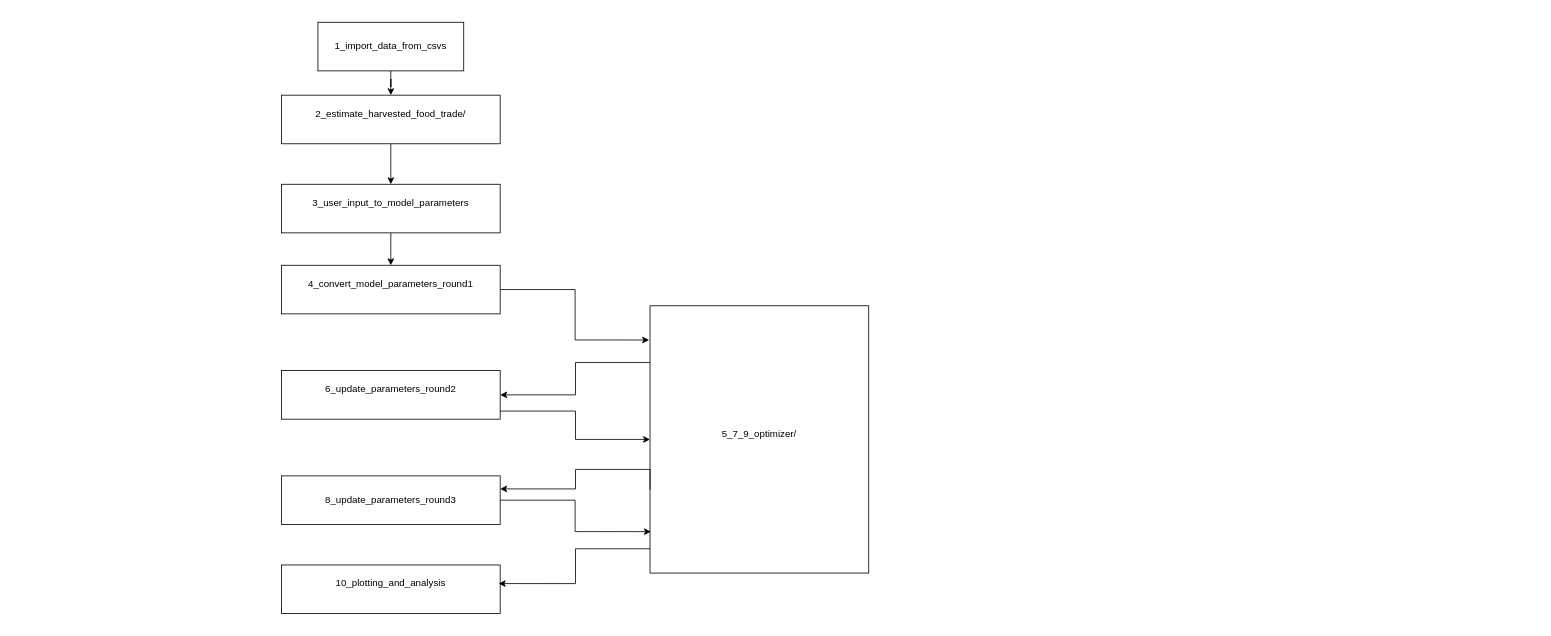
This is docs/repository_flowchart/Untitled Diagram.drawio from allfed/allfed-integrated-model, a draw.io file, before an edit. Source tidied: cells renumbered, new cells numbered last; positions are measured from the earlier drawing's top-left corner, leaving out a move shared by most shapes. Both pictures are drawn from the tidied source at 81%, with x=0, y=0 at pixel (281, 22).
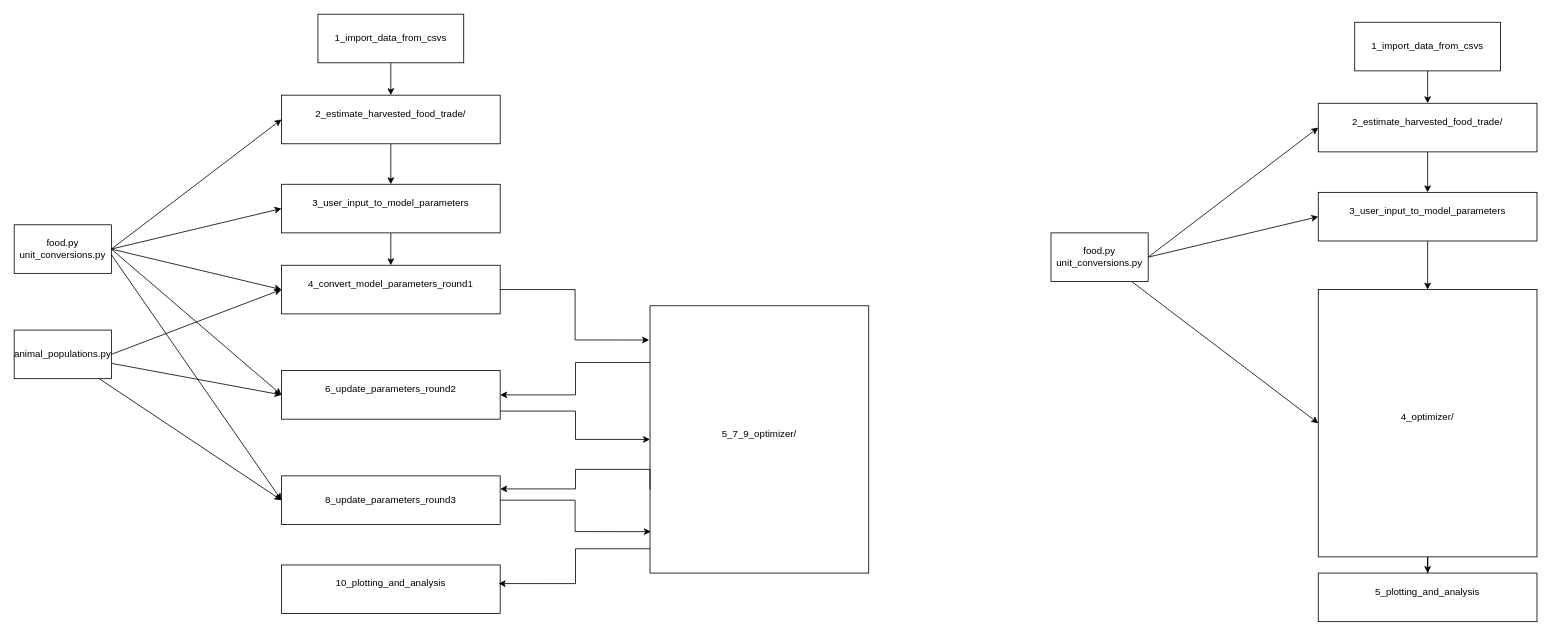
The same diagram, later.

Unchanged cells that the change refers to:
```xml
<mxCell id="5" value="2_estimate_harvested_food_trade/&lt;div&gt;&lt;br/&gt;&lt;/div&gt;" style="whiteSpace=wrap;html=1;" parent="1" vertex="1">
  <mxGeometry y="90" width="270" height="60" as="geometry" />
</mxCell>
<mxCell id="7" value="3_user_input_to_model_parameters&lt;br&gt;&lt;div&gt;&lt;br&gt;&lt;/div&gt;" style="whiteSpace=wrap;html=1;" parent="1" vertex="1">
  <mxGeometry y="200" width="270" height="60" as="geometry" />
</mxCell>
<mxCell id="8" value="4_convert_model_parameters_round1&lt;br&gt;&lt;div&gt;&lt;br&gt;&lt;/div&gt;" style="whiteSpace=wrap;html=1;" parent="1" vertex="1">
  <mxGeometry y="300" width="270" height="60" as="geometry" />
</mxCell>
<mxCell id="12" value="6_update_parameters_round2&lt;br&gt;&lt;div&gt;&lt;br&gt;&lt;/div&gt;" style="whiteSpace=wrap;html=1;" parent="1" vertex="1">
  <mxGeometry y="430" width="270" height="60" as="geometry" />
</mxCell>
<mxCell id="13" value="8_update_parameters_round3" style="whiteSpace=wrap;html=1;" parent="1" vertex="1">
  <mxGeometry y="560" width="270" height="60" as="geometry" />
</mxCell>
```

What changed in the source:
```diff
@@
     <mxCell id="3" value="1_import_data_from_csvs" style="whiteSpace=wrap;html=1;" parent="1" vertex="1">
-      <mxGeometry x="45" width="180" height="60" as="geometry" />
+      <mxGeometry x="45" y="-10" width="180" height="60" as="geometry" />
     </mxCell>
@@
+    <mxCell id="19" value="&lt;div&gt;food.py&lt;/div&gt;&lt;div&gt;unit_conversions.py&lt;br&gt;&lt;/div&gt;" style="rounded=0;whiteSpace=wrap;html=1;" parent="1" vertex="1">
+      <mxGeometry x="-330" y="250" width="120" height="60" as="geometry" />
+    </mxCell>
+    <mxCell id="20" style="endArrow=classic;html=1;rounded=0;entryX=0;entryY=0.5;entryDx=0;entryDy=0;exitX=1;exitY=0.5;exitDx=0;exitDy=0;" parent="1" edge="1" source="19" target="5">
+      <mxGeometry relative="1" as="geometry" />
+    </mxCell>
+    <mxCell id="21" style="endArrow=classic;html=1;rounded=0;entryX=0;entryY=0.5;entryDx=0;entryDy=0;exitX=1;exitY=0.5;exitDx=0;exitDy=0;" parent="1" edge="1" source="19" target="7">
+      <mxGeometry relative="1" as="geometry" />
+    </mxCell>
+    <mxCell id="22" style="endArrow=classic;html=1;rounded=0;exitX=1;exitY=0.5;exitDx=0;exitDy=0;entryX=0;entryY=0.5;entryDx=0;entryDy=0;" parent="1" edge="1" source="19" target="8">
+      <mxGeometry relative="1" as="geometry" />
+    </mxCell>
+    <mxCell id="23" style="endArrow=classic;html=1;rounded=0;entryX=0;entryY=0.5;entryDx=0;entryDy=0;" parent="1" edge="1" target="12">
+      <mxGeometry relative="1" as="geometry">
+        <mxPoint x="-210" y="280" as="sourcePoint" />
+      </mxGeometry>
+    </mxCell>
+    <mxCell id="24" style="endArrow=classic;html=1;rounded=0;exitX=1;exitY=0.617;exitDx=0;exitDy=0;exitPerimeter=0;entryX=0;entryY=0.5;entryDx=0;entryDy=0;" parent="1" edge="1" source="19" target="13">
+      <mxGeometry relative="1" as="geometry" />
+    </mxCell>
+    <mxCell id="25" style="rounded=0;jettySize=auto;html=1;entryX=0;entryY=0.5;entryDx=0;entryDy=0;" parent="1" edge="1" source="27" target="12">
+      <mxGeometry relative="1" as="geometry" />
+    </mxCell>
+    <mxCell id="26" style="rounded=0;jettySize=auto;html=1;entryX=0;entryY=0.5;entryDx=0;entryDy=0;" parent="1" edge="1" source="27" target="13">
+      <mxGeometry relative="1" as="geometry" />
+    </mxCell>
+    <mxCell id="27" value="animal_populations.py" style="rounded=0;whiteSpace=wrap;html=1;" parent="1" vertex="1">
+      <mxGeometry x="-330" y="380" width="120" height="60" as="geometry" />
+    </mxCell>
+    <mxCell id="28" style="endArrow=classic;html=1;rounded=0;exitX=1;exitY=0.5;exitDx=0;exitDy=0;entryX=0;entryY=0.5;entryDx=0;entryDy=0;" parent="1" edge="1" source="27" target="8">
+      <mxGeometry relative="1" as="geometry" />
+    </mxCell>
+    <mxCell id="29" style="edgeStyle=orthogonalEdgeStyle;rounded=0;jettySize=auto;html=1;" parent="1" edge="1" source="30" target="32">
+      <mxGeometry relative="1" as="geometry" />
+    </mxCell>
+    <mxCell id="30" value="1_import_data_from_csvs" style="whiteSpace=wrap;html=1;" parent="1" vertex="1">
+      <mxGeometry x="1325" width="180" height="60" as="geometry" />
+    </mxCell>
+    <mxCell id="31" style="edgeStyle=orthogonalEdgeStyle;rounded=0;jettySize=auto;html=1;" parent="1" edge="1" source="32" target="34">
+      <mxGeometry relative="1" as="geometry" />
+    </mxCell>
+    <mxCell id="32" value="2_estimate_harvested_food_trade/&lt;div&gt;&lt;br/&gt;&lt;/div&gt;" style="whiteSpace=wrap;html=1;" parent="1" vertex="1">
+      <mxGeometry x="1280" y="100" width="270" height="60" as="geometry" />
+    </mxCell>
+    <mxCell id="33" style="edgeStyle=orthogonalEdgeStyle;rounded=0;jettySize=auto;html=1;entryX=0.5;entryY=0;entryDx=0;entryDy=0;" parent="1" edge="1" source="34" target="36">
+      <mxGeometry relative="1" as="geometry" />
+    </mxCell>
+    <mxCell id="34" value="3_user_input_to_model_parameters&lt;br&gt;&lt;div&gt;&lt;br&gt;&lt;/div&gt;" style="whiteSpace=wrap;html=1;" parent="1" vertex="1">
+      <mxGeometry x="1280" y="210" width="270" height="60" as="geometry" />
+    </mxCell>
+    <mxCell id="35" style="edgeStyle=orthogonalEdgeStyle;rounded=0;jettySize=auto;html=1;exitX=0.5;exitY=1;exitDx=0;exitDy=0;" parent="1" edge="1" source="36" target="37">
+      <mxGeometry relative="1" as="geometry" />
+    </mxCell>
+    <mxCell id="36" value="4_optimizer/&lt;br&gt;&lt;div&gt;&lt;br&gt;&lt;/div&gt;" style="whiteSpace=wrap;html=1;" parent="1" vertex="1">
+      <mxGeometry x="1280" y="330" width="270" height="330" as="geometry" />
+    </mxCell>
+    <mxCell id="37" value="5_plotting_and_analysis&lt;br&gt;&lt;div&gt;&lt;br&gt;&lt;/div&gt;" style="whiteSpace=wrap;html=1;" parent="1" vertex="1">
+      <mxGeometry x="1280" y="680" width="270" height="60" as="geometry" />
+    </mxCell>
+    <mxCell id="38" style="rounded=0;jettySize=auto;html=1;entryX=0;entryY=0.5;entryDx=0;entryDy=0;" parent="1" edge="1" source="39" target="36">
+      <mxGeometry relative="1" as="geometry" />
+    </mxCell>
+    <mxCell id="39" value="&lt;div&gt;food.py&lt;/div&gt;&lt;div&gt;unit_conversions.py&lt;br&gt;&lt;/div&gt;" style="rounded=0;whiteSpace=wrap;html=1;" parent="1" vertex="1">
+      <mxGeometry x="950" y="260" width="120" height="60" as="geometry" />
+    </mxCell>
+    <mxCell id="40" style="endArrow=classic;html=1;rounded=0;entryX=0;entryY=0.5;entryDx=0;entryDy=0;exitX=1;exitY=0.5;exitDx=0;exitDy=0;" parent="1" edge="1" source="39" target="32">
+      <mxGeometry relative="1" as="geometry" />
+    </mxCell>
+    <mxCell id="41" style="endArrow=classic;html=1;rounded=0;entryX=0;entryY=0.5;entryDx=0;entryDy=0;exitX=1;exitY=0.5;exitDx=0;exitDy=0;" parent="1" edge="1" source="39" target="34">
+      <mxGeometry relative="1" as="geometry" />
+    </mxCell>
```
